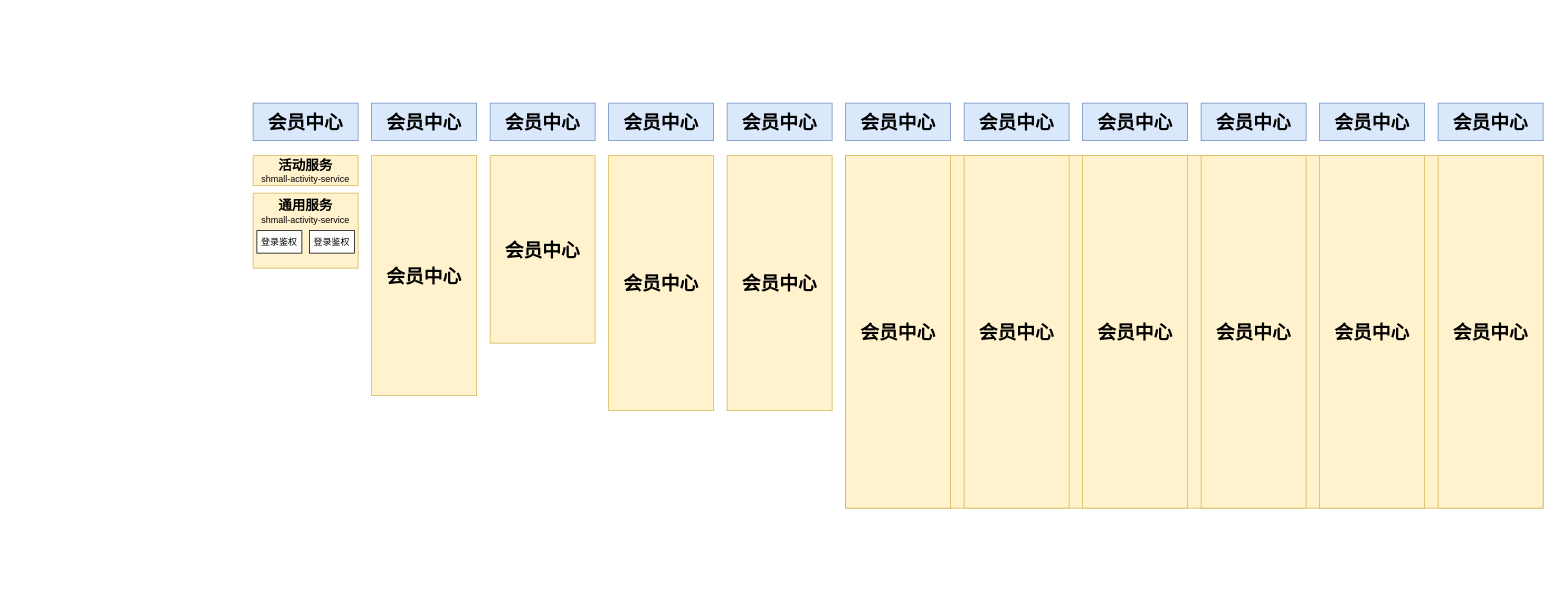
This is shinho/【1021】架构图绘制.drawio from 18857545022/-, a draw.io file, before an edit. Source tidied: cells renumbered, new cells numbered last; positions are measured from the earlier drawing's top-left corner, leaving out a move shared by most shapes. Both pictures are drawn from the tidied source at 75%, with x=0, y=0 at pixel (253, 103).
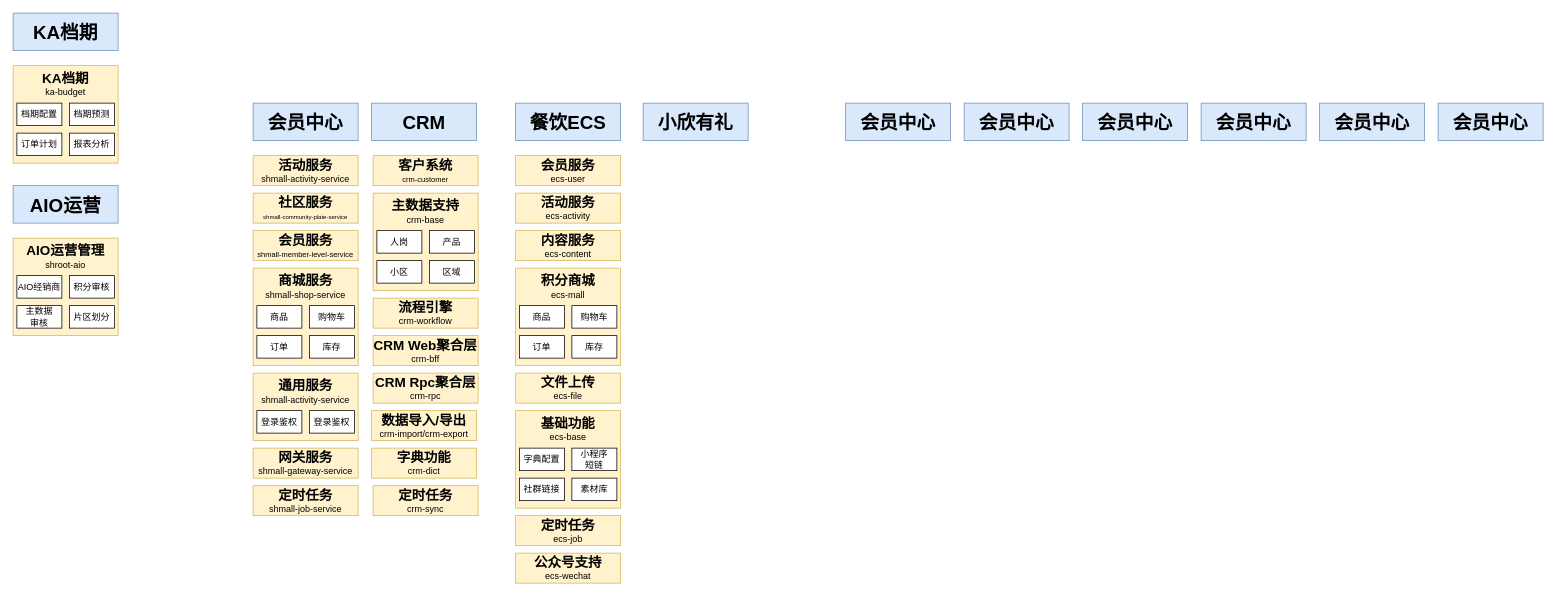
The same page after the edit.

Commit message (it also covers changes not shown here):
更新【1021】架构图绘制.drawio

The edit, as a diff of the source:
```diff
@@
-    <mxCell id="3" value="会员中心" style="rounded=0;whiteSpace=wrap;html=1;fillColor=#dae8fc;strokeColor=#6c8ebf;fontSize=25;fontStyle=1;" parent="1" vertex="1">
+    <mxCell id="3" value="CRM" style="rounded=0;whiteSpace=wrap;html=1;fillColor=#dae8fc;strokeColor=#6c8ebf;fontSize=25;fontStyle=1;" parent="1" vertex="1">
       <mxGeometry x="158" width="140" height="50" as="geometry" />
     </mxCell>
-    <mxCell id="4" value="会员中心" style="rounded=0;whiteSpace=wrap;html=1;fillColor=#dae8fc;strokeColor=#6c8ebf;fontSize=25;fontStyle=1;" parent="1" vertex="1">
-      <mxGeometry x="316" width="140" height="50" as="geometry" />
-    </mxCell>
-    <mxCell id="5" value="会员中心" style="rounded=0;whiteSpace=wrap;html=1;fillColor=#dae8fc;strokeColor=#6c8ebf;fontSize=25;fontStyle=1;" parent="1" vertex="1">
-      <mxGeometry x="474" width="140" height="50" as="geometry" />
-    </mxCell>
-    <mxCell id="6" value="会员中心" style="rounded=0;whiteSpace=wrap;html=1;fillColor=#dae8fc;strokeColor=#6c8ebf;fontSize=25;fontStyle=1;" parent="1" vertex="1">
-      <mxGeometry x="632" width="140" height="50" as="geometry" />
-    </mxCell>
@@
-    <mxCell id="13" style="group;" parent="1" vertex="1">
-      <mxGeometry y="70" width="140" height="150" as="geometry" />
-    </mxCell>
-    <mxCell id="14" value="&lt;font style=&quot;font-size: 18px;&quot;&gt;&lt;b&gt;活动服务&lt;/b&gt;&lt;/font&gt;&lt;br&gt;shmall-activity-service" style="rounded=0;whiteSpace=wrap;html=1;fillColor=#fff2cc;strokeColor=#d6b656;" parent="13" vertex="1">
-      <mxGeometry width="140" height="40" as="geometry" />
+    <mxCell id="14" value="&lt;font style=&quot;font-size: 18px;&quot;&gt;&lt;b&gt;活动服务&lt;/b&gt;&lt;/font&gt;&lt;br&gt;shmall-activity-service" style="rounded=0;whiteSpace=wrap;html=1;fillColor=#fff2cc;strokeColor=#d6b656;" parent="1" vertex="1">
+      <mxGeometry y="70" width="140" height="40" as="geometry" />
     </mxCell>
+    <mxCell id="30" value="&lt;font style=&quot;font-size: 18px;&quot;&gt;&lt;b&gt;社区服务&lt;/b&gt;&lt;/font&gt;&lt;br&gt;&lt;font style=&quot;font-size: 8px;&quot;&gt;shmall-community-plate-service&lt;/font&gt;" style="rounded=0;whiteSpace=wrap;html=1;fillColor=#fff2cc;strokeColor=#d6b656;" parent="1" vertex="1">
+      <mxGeometry y="120" width="140" height="40" as="geometry" />
+    </mxCell>
+    <mxCell id="31" value="&lt;span style=&quot;font-size: 18px;&quot;&gt;&lt;b&gt;网关服务&lt;/b&gt;&lt;/span&gt;&lt;br&gt;shmall-gateway-service" style="rounded=0;whiteSpace=wrap;html=1;fillColor=#fff2cc;strokeColor=#d6b656;" parent="1" vertex="1">
+      <mxGeometry y="460" width="140" height="40" as="geometry" />
+    </mxCell>
+    <mxCell id="32" value="&lt;span style=&quot;font-size: 18px;&quot;&gt;&lt;b&gt;定时任务&lt;/b&gt;&lt;/span&gt;&lt;br&gt;shmall-job-service" style="rounded=0;whiteSpace=wrap;html=1;fillColor=#fff2cc;strokeColor=#d6b656;" parent="1" vertex="1">
+      <mxGeometry y="510" width="140" height="40" as="geometry" />
+    </mxCell>
+    <mxCell id="33" style="group;" parent="1" vertex="1">
+      <mxGeometry y="360" width="140" height="90" as="geometry" />
+    </mxCell>
-    <mxCell id="15" value="&lt;span style=&quot;font-size: 18px;&quot;&gt;&lt;b&gt;通用服务&lt;/b&gt;&lt;/span&gt;&lt;br&gt;shmall-activity-service" style="rounded=0;whiteSpace=wrap;html=1;fillColor=#fff2cc;strokeColor=#d6b656;verticalAlign=top;" parent="13" vertex="1">
-      <mxGeometry y="50" width="140" height="100" as="geometry" />
+    <mxCell id="15" value="&lt;span style=&quot;font-size: 18px;&quot;&gt;&lt;b&gt;通用服务&lt;/b&gt;&lt;/span&gt;&lt;br&gt;shmall-activity-service" style="rounded=0;whiteSpace=wrap;html=1;fillColor=#fff2cc;strokeColor=#d6b656;verticalAlign=top;" parent="33" vertex="1">
+      <mxGeometry width="140" height="90" as="geometry" />
     </mxCell>
-    <mxCell id="16" style="group;" parent="13" vertex="1">
-      <mxGeometry x="5" y="100" width="130" height="30" as="geometry" />
-    </mxCell>
+    <mxCell id="34" style="group;" parent="33" vertex="1">
+      <mxGeometry x="5" y="50" width="130" height="30" as="geometry" />
+    </mxCell>
-    <mxCell id="17" value="登录鉴权" style="rounded=0;whiteSpace=wrap;html=1;" parent="16" vertex="1">
+    <mxCell id="17" value="登录鉴权" style="rounded=0;whiteSpace=wrap;html=1;" parent="34" vertex="1">
       <mxGeometry width="60" height="30" as="geometry" />
     </mxCell>
-    <mxCell id="18" value="登录鉴权" style="rounded=0;whiteSpace=wrap;html=1;" parent="16" vertex="1">
+    <mxCell id="18" value="登录鉴权" style="rounded=0;whiteSpace=wrap;html=1;" parent="34" vertex="1">
       <mxGeometry x="70" width="60" height="30" as="geometry" />
     </mxCell>
-    <mxCell id="19" value="会员中心" style="rounded=0;whiteSpace=wrap;html=1;fillColor=#fff2cc;strokeColor=#d6b656;fontSize=25;fontStyle=1;" parent="1" vertex="1">
-      <mxGeometry x="158" y="70" width="140" height="320" as="geometry" />
-    </mxCell>
-    <mxCell id="20" value="会员中心" style="rounded=0;whiteSpace=wrap;html=1;fillColor=#fff2cc;strokeColor=#d6b656;fontSize=25;fontStyle=1;" parent="1" vertex="1">
-      <mxGeometry x="316" y="70" width="140" height="250" as="geometry" />
-    </mxCell>
-    <mxCell id="21" value="会员中心" style="rounded=0;whiteSpace=wrap;html=1;fillColor=#fff2cc;strokeColor=#d6b656;fontSize=25;fontStyle=1;" parent="1" vertex="1">
-      <mxGeometry x="474" y="70" width="140" height="340" as="geometry" />
-    </mxCell>
-    <mxCell id="22" value="会员中心" style="rounded=0;whiteSpace=wrap;html=1;fillColor=#fff2cc;strokeColor=#d6b656;fontSize=25;fontStyle=1;" parent="1" vertex="1">
-      <mxGeometry x="632" y="70" width="140" height="340" as="geometry" />
-    </mxCell>
-    <mxCell id="23" style="group;fillColor=#fff2cc;strokeColor=#d6b656;" parent="1" vertex="1">
-      <mxGeometry x="790" y="70" width="930" height="470" as="geometry" />
-    </mxCell>
-    <mxCell id="24" value="会员中心" style="rounded=0;whiteSpace=wrap;html=1;fillColor=#fff2cc;strokeColor=#d6b656;fontSize=25;fontStyle=1;" parent="23" vertex="1">
-      <mxGeometry width="140" height="470" as="geometry" />
-    </mxCell>
-    <mxCell id="25" value="会员中心" style="rounded=0;whiteSpace=wrap;html=1;fillColor=#fff2cc;strokeColor=#d6b656;fontSize=25;fontStyle=1;" parent="23" vertex="1">
-      <mxGeometry x="158" width="140" height="470" as="geometry" />
-    </mxCell>
-    <mxCell id="26" value="会员中心" style="rounded=0;whiteSpace=wrap;html=1;fillColor=#fff2cc;strokeColor=#d6b656;fontSize=25;fontStyle=1;" parent="23" vertex="1">
-      <mxGeometry x="316" width="140" height="470" as="geometry" />
-    </mxCell>
-    <mxCell id="27" value="会员中心" style="rounded=0;whiteSpace=wrap;html=1;fillColor=#fff2cc;strokeColor=#d6b656;fontSize=25;fontStyle=1;" parent="23" vertex="1">
-      <mxGeometry x="474" width="140" height="470" as="geometry" />
-    </mxCell>
-    <mxCell id="28" value="会员中心" style="rounded=0;whiteSpace=wrap;html=1;fillColor=#fff2cc;strokeColor=#d6b656;fontSize=25;fontStyle=1;" parent="23" vertex="1">
-      <mxGeometry x="632" width="140" height="470" as="geometry" />
-    </mxCell>
-    <mxCell id="29" value="会员中心" style="rounded=0;whiteSpace=wrap;html=1;fillColor=#fff2cc;strokeColor=#d6b656;fontSize=25;fontStyle=1;" parent="23" vertex="1">
-      <mxGeometry x="790" width="140" height="470" as="geometry" />
-    </mxCell>
+    <mxCell id="35" style="group;" parent="1" vertex="1">
+      <mxGeometry y="220" width="140" height="130" as="geometry" />
+    </mxCell>
+    <mxCell id="36" value="&lt;span style=&quot;font-size: 18px;&quot;&gt;&lt;b&gt;商城服务&lt;/b&gt;&lt;/span&gt;&lt;br&gt;shmall-shop-service" style="rounded=0;whiteSpace=wrap;html=1;fillColor=#fff2cc;strokeColor=#d6b656;verticalAlign=top;" parent="35" vertex="1">
+      <mxGeometry width="140" height="130" as="geometry" />
+    </mxCell>
+    <mxCell id="37" style="group;" parent="35" vertex="1">
+      <mxGeometry x="5" y="50" width="130" height="70" as="geometry" />
+    </mxCell>
+    <mxCell id="38" style="group;" parent="37" vertex="1">
+      <mxGeometry width="130" height="30" as="geometry" />
+    </mxCell>
+    <mxCell id="39" value="商品" style="rounded=0;whiteSpace=wrap;html=1;" parent="38" vertex="1">
+      <mxGeometry width="60" height="30" as="geometry" />
+    </mxCell>
+    <mxCell id="40" value="购物车" style="rounded=0;whiteSpace=wrap;html=1;" parent="38" vertex="1">
+      <mxGeometry x="70" width="60" height="30" as="geometry" />
+    </mxCell>
+    <mxCell id="41" style="group;" parent="37" vertex="1">
+      <mxGeometry y="40" width="130" height="30" as="geometry" />
+    </mxCell>
+    <mxCell id="42" value="订单" style="rounded=0;whiteSpace=wrap;html=1;" parent="41" vertex="1">
+      <mxGeometry width="60" height="30" as="geometry" />
+    </mxCell>
+    <mxCell id="43" value="库存" style="rounded=0;whiteSpace=wrap;html=1;" parent="41" vertex="1">
+      <mxGeometry x="70" width="60" height="30" as="geometry" />
+    </mxCell>
+    <mxCell id="44" value="&lt;font style=&quot;font-size: 18px;&quot;&gt;&lt;b&gt;CRM Rpc聚合层&lt;/b&gt;&lt;/font&gt;&lt;br&gt;crm-rpc" style="rounded=0;whiteSpace=wrap;html=1;fillColor=#fff2cc;strokeColor=#d6b656;" parent="1" vertex="1">
+      <mxGeometry x="160" y="360" width="140" height="40" as="geometry" />
+    </mxCell>
+    <mxCell id="45" value="&lt;span style=&quot;font-size: 18px;&quot;&gt;&lt;b&gt;CRM Web聚合层&lt;/b&gt;&lt;/span&gt;&lt;br&gt;crm-bff" style="rounded=0;whiteSpace=wrap;html=1;fillColor=#fff2cc;strokeColor=#d6b656;" parent="1" vertex="1">
+      <mxGeometry x="160" y="310" width="140" height="40" as="geometry" />
+    </mxCell>
+    <mxCell id="46" value="&lt;span style=&quot;font-size: 18px;&quot;&gt;&lt;b&gt;数据导入/导出&lt;/b&gt;&lt;/span&gt;&lt;br&gt;crm-import/crm-export" style="rounded=0;whiteSpace=wrap;html=1;fillColor=#fff2cc;strokeColor=#d6b656;" parent="1" vertex="1">
+      <mxGeometry x="158" y="410" width="140" height="40" as="geometry" />
+    </mxCell>
+    <mxCell id="47" value="&lt;span style=&quot;font-size: 18px;&quot;&gt;&lt;b&gt;客户系统&lt;/b&gt;&lt;/span&gt;&lt;br&gt;&lt;font style=&quot;font-size: 10px;&quot;&gt;crm-customer&lt;/font&gt;" style="rounded=0;whiteSpace=wrap;html=1;fillColor=#fff2cc;strokeColor=#d6b656;" parent="1" vertex="1">
+      <mxGeometry x="160" y="70" width="140" height="40" as="geometry" />
+    </mxCell>
+    <mxCell id="48" style="group;" parent="1" vertex="1">
+      <mxGeometry x="160" y="120" width="140" height="130" as="geometry" />
+    </mxCell>
+    <mxCell id="49" value="&lt;span style=&quot;font-size: 18px;&quot;&gt;&lt;b&gt;主数据支持&lt;/b&gt;&lt;/span&gt;&lt;br&gt;crm-base" style="rounded=0;whiteSpace=wrap;html=1;fillColor=#fff2cc;strokeColor=#d6b656;verticalAlign=top;" parent="48" vertex="1">
+      <mxGeometry width="140" height="130" as="geometry" />
+    </mxCell>
+    <mxCell id="50" style="group;" parent="48" vertex="1">
+      <mxGeometry x="5" y="50" width="130" height="70" as="geometry" />
+    </mxCell>
+    <mxCell id="51" style="group;" parent="50" vertex="1">
+      <mxGeometry width="130" height="30" as="geometry" />
+    </mxCell>
+    <mxCell id="52" value="人岗" style="rounded=0;whiteSpace=wrap;html=1;" parent="51" vertex="1">
+      <mxGeometry width="60" height="30" as="geometry" />
+    </mxCell>
+    <mxCell id="53" value="产品" style="rounded=0;whiteSpace=wrap;html=1;" parent="51" vertex="1">
+      <mxGeometry x="70" width="60" height="30" as="geometry" />
+    </mxCell>
+    <mxCell id="54" style="group;" parent="50" vertex="1">
+      <mxGeometry y="40" width="130" height="30" as="geometry" />
+    </mxCell>
+    <mxCell id="55" value="小区" style="rounded=0;whiteSpace=wrap;html=1;" parent="54" vertex="1">
+      <mxGeometry width="60" height="30" as="geometry" />
+    </mxCell>
+    <mxCell id="56" value="区域" style="rounded=0;whiteSpace=wrap;html=1;" parent="54" vertex="1">
+      <mxGeometry x="70" width="60" height="30" as="geometry" />
+    </mxCell>
+    <mxCell id="57" value="&lt;span style=&quot;font-size: 18px;&quot;&gt;&lt;b&gt;字典功能&lt;/b&gt;&lt;/span&gt;&lt;br&gt;crm-dict" style="rounded=0;whiteSpace=wrap;html=1;fillColor=#fff2cc;strokeColor=#d6b656;" parent="1" vertex="1">
+      <mxGeometry x="158" y="460" width="140" height="40" as="geometry" />
+    </mxCell>
+    <mxCell id="58" value="&lt;span style=&quot;font-size: 18px;&quot;&gt;&lt;b&gt;流程引擎&lt;/b&gt;&lt;/span&gt;&lt;br&gt;crm-workflow" style="rounded=0;whiteSpace=wrap;html=1;fillColor=#fff2cc;strokeColor=#d6b656;" parent="1" vertex="1">
+      <mxGeometry x="160" y="260" width="140" height="40" as="geometry" />
+    </mxCell>
+    <mxCell id="59" value="&lt;span style=&quot;font-size: 18px;&quot;&gt;&lt;b&gt;定时任务&lt;/b&gt;&lt;/span&gt;&lt;br&gt;crm-sync" style="rounded=0;whiteSpace=wrap;html=1;fillColor=#fff2cc;strokeColor=#d6b656;" parent="1" vertex="1">
+      <mxGeometry x="160" y="510" width="140" height="40" as="geometry" />
+    </mxCell>
+    <mxCell id="60" style="group;" parent="1" vertex="1">
+      <mxGeometry x="-320" y="-120" width="140" height="200" as="geometry" />
+    </mxCell>
+    <mxCell id="4" value="KA档期" style="rounded=0;whiteSpace=wrap;html=1;fillColor=#dae8fc;strokeColor=#6c8ebf;fontSize=25;fontStyle=1;" parent="60" vertex="1">
+      <mxGeometry width="140" height="50" as="geometry" />
+    </mxCell>
+    <mxCell id="61" style="group;" parent="60" vertex="1">
+      <mxGeometry y="70" width="140" height="130" as="geometry" />
+    </mxCell>
+    <mxCell id="62" value="&lt;span style=&quot;font-size: 18px;&quot;&gt;&lt;b&gt;KA档期&lt;/b&gt;&lt;/span&gt;&lt;br&gt;ka-budget" style="rounded=0;whiteSpace=wrap;html=1;fillColor=#fff2cc;strokeColor=#d6b656;verticalAlign=top;" parent="61" vertex="1">
+      <mxGeometry width="140" height="130" as="geometry" />
+    </mxCell>
+    <mxCell id="63" style="group;" parent="61" vertex="1">
+      <mxGeometry x="5" y="50" width="130" height="70" as="geometry" />
+    </mxCell>
+    <mxCell id="64" style="group;" parent="63" vertex="1">
+      <mxGeometry width="130" height="30" as="geometry" />
+    </mxCell>
+    <mxCell id="65" value="档期配置" style="rounded=0;whiteSpace=wrap;html=1;" parent="64" vertex="1">
+      <mxGeometry width="60" height="30" as="geometry" />
+    </mxCell>
+    <mxCell id="66" value="档期预测" style="rounded=0;whiteSpace=wrap;html=1;" parent="64" vertex="1">
+      <mxGeometry x="70" width="60" height="30" as="geometry" />
+    </mxCell>
+    <mxCell id="67" style="group;" parent="63" vertex="1">
+      <mxGeometry y="40" width="130" height="30" as="geometry" />
+    </mxCell>
+    <mxCell id="68" value="订单计划" style="rounded=0;whiteSpace=wrap;html=1;" parent="67" vertex="1">
+      <mxGeometry width="60" height="30" as="geometry" />
+    </mxCell>
+    <mxCell id="69" value="报表分析" style="rounded=0;whiteSpace=wrap;html=1;" parent="67" vertex="1">
+      <mxGeometry x="70" width="60" height="30" as="geometry" />
+    </mxCell>
+    <mxCell id="70" style="group;" parent="1" vertex="1">
+      <mxGeometry x="-320" y="110" width="140" height="200" as="geometry" />
+    </mxCell>
+    <mxCell id="5" value="AIO运营" style="rounded=0;whiteSpace=wrap;html=1;fillColor=#dae8fc;strokeColor=#6c8ebf;fontSize=25;fontStyle=1;" parent="70" vertex="1">
+      <mxGeometry width="140" height="50" as="geometry" />
+    </mxCell>
+    <mxCell id="71" style="group;" parent="70" vertex="1">
+      <mxGeometry y="70" width="140" height="130" as="geometry" />
+    </mxCell>
+    <mxCell id="72" value="&lt;span style=&quot;font-size: 18px;&quot;&gt;&lt;b&gt;AIO运营管理&lt;/b&gt;&lt;/span&gt;&lt;br&gt;shroot-aio" style="rounded=0;whiteSpace=wrap;html=1;fillColor=#fff2cc;strokeColor=#d6b656;verticalAlign=top;" parent="71" vertex="1">
+      <mxGeometry width="140" height="130" as="geometry" />
+    </mxCell>
+    <mxCell id="73" style="group;" parent="71" vertex="1">
+      <mxGeometry x="5" y="50" width="130" height="70" as="geometry" />
+    </mxCell>
+    <mxCell id="74" style="group;" parent="73" vertex="1">
+      <mxGeometry width="130" height="30" as="geometry" />
+    </mxCell>
+    <mxCell id="75" value="AIO经销商" style="rounded=0;whiteSpace=wrap;html=1;" parent="74" vertex="1">
+      <mxGeometry width="60" height="30" as="geometry" />
+    </mxCell>
+    <mxCell id="76" value="积分审核" style="rounded=0;whiteSpace=wrap;html=1;" parent="74" vertex="1">
+      <mxGeometry x="70" width="60" height="30" as="geometry" />
+    </mxCell>
+    <mxCell id="77" style="group;" parent="73" vertex="1">
+      <mxGeometry y="40" width="130" height="30" as="geometry" />
+    </mxCell>
+    <mxCell id="78" value="主数据&lt;br&gt;审核" style="rounded=0;whiteSpace=wrap;html=1;" parent="77" vertex="1">
+      <mxGeometry width="60" height="30" as="geometry" />
+    </mxCell>
+    <mxCell id="79" value="片区划分" style="rounded=0;whiteSpace=wrap;html=1;" parent="77" vertex="1">
+      <mxGeometry x="70" width="60" height="30" as="geometry" />
+    </mxCell>
+    <mxCell id="80" value="餐饮ECS" style="rounded=0;whiteSpace=wrap;html=1;fillColor=#dae8fc;strokeColor=#6c8ebf;fontSize=25;fontStyle=1;" parent="1" vertex="1">
+      <mxGeometry x="350" width="140" height="50" as="geometry" />
+    </mxCell>
+    <mxCell id="81" value="&lt;span style=&quot;font-size: 18px;&quot;&gt;&lt;b&gt;活动服务&lt;/b&gt;&lt;/span&gt;&lt;br&gt;ecs-activity" style="rounded=0;whiteSpace=wrap;html=1;fillColor=#fff2cc;strokeColor=#d6b656;" parent="1" vertex="1">
+      <mxGeometry x="350" y="120" width="140" height="40" as="geometry" />
+    </mxCell>
+    <mxCell id="82" value="&lt;span style=&quot;font-size: 18px;&quot;&gt;&lt;b&gt;定时任务&lt;/b&gt;&lt;/span&gt;&lt;br&gt;ecs-job" style="rounded=0;whiteSpace=wrap;html=1;fillColor=#fff2cc;strokeColor=#d6b656;" parent="1" vertex="1">
+      <mxGeometry x="350" y="550" width="140" height="40" as="geometry" />
+    </mxCell>
+    <mxCell id="83" style="group;" parent="1" vertex="1">
+      <mxGeometry x="350" y="410" width="140" height="130" as="geometry" />
+    </mxCell>
+    <mxCell id="84" value="&lt;span style=&quot;font-size: 18px;&quot;&gt;&lt;b&gt;基础功能&lt;/b&gt;&lt;/span&gt;&lt;br&gt;ecs-base" style="rounded=0;whiteSpace=wrap;html=1;fillColor=#fff2cc;strokeColor=#d6b656;verticalAlign=top;" parent="83" vertex="1">
+      <mxGeometry width="140" height="130" as="geometry" />
+    </mxCell>
+    <mxCell id="85" style="group;" parent="83" vertex="1">
+      <mxGeometry x="5" y="50" width="130" height="70" as="geometry" />
+    </mxCell>
+    <mxCell id="86" style="group;" parent="85" vertex="1">
+      <mxGeometry width="130" height="30" as="geometry" />
+    </mxCell>
+    <mxCell id="87" value="字典配置" style="rounded=0;whiteSpace=wrap;html=1;" parent="86" vertex="1">
+      <mxGeometry width="60" height="30" as="geometry" />
+    </mxCell>
+    <mxCell id="88" value="小程序&lt;br&gt;短链" style="rounded=0;whiteSpace=wrap;html=1;" parent="86" vertex="1">
+      <mxGeometry x="70" width="60" height="30" as="geometry" />
+    </mxCell>
+    <mxCell id="89" style="group;" parent="85" vertex="1">
+      <mxGeometry y="40" width="130" height="30" as="geometry" />
+    </mxCell>
+    <mxCell id="90" value="社群链接" style="rounded=0;whiteSpace=wrap;html=1;" parent="89" vertex="1">
+      <mxGeometry width="60" height="30" as="geometry" />
+    </mxCell>
+    <mxCell id="91" value="素材库" style="rounded=0;whiteSpace=wrap;html=1;" parent="89" vertex="1">
+      <mxGeometry x="70" width="60" height="30" as="geometry" />
+    </mxCell>
+    <mxCell id="92" value="&lt;span style=&quot;font-size: 18px;&quot;&gt;&lt;b&gt;文件上传&lt;/b&gt;&lt;/span&gt;&lt;br&gt;ecs-file" style="rounded=0;whiteSpace=wrap;html=1;fillColor=#fff2cc;strokeColor=#d6b656;" parent="1" vertex="1">
+      <mxGeometry x="350" y="360" width="140" height="40" as="geometry" />
+    </mxCell>
+    <mxCell id="93" style="group;" parent="1" vertex="1">
+      <mxGeometry x="350" y="220" width="140" height="130" as="geometry" />
+    </mxCell>
+    <mxCell id="94" value="&lt;span style=&quot;font-size: 18px;&quot;&gt;&lt;b&gt;积分商城&lt;/b&gt;&lt;/span&gt;&lt;br&gt;ecs-mall" style="rounded=0;whiteSpace=wrap;html=1;fillColor=#fff2cc;strokeColor=#d6b656;verticalAlign=top;" parent="93" vertex="1">
+      <mxGeometry width="140" height="130" as="geometry" />
+    </mxCell>
+    <mxCell id="95" style="group;" parent="93" vertex="1">
+      <mxGeometry x="5" y="50" width="130" height="70" as="geometry" />
+    </mxCell>
+    <mxCell id="96" style="group;" parent="95" vertex="1">
+      <mxGeometry width="130" height="30" as="geometry" />
+    </mxCell>
+    <mxCell id="97" value="商品" style="rounded=0;whiteSpace=wrap;html=1;" parent="96" vertex="1">
+      <mxGeometry width="60" height="30" as="geometry" />
+    </mxCell>
+    <mxCell id="98" value="购物车" style="rounded=0;whiteSpace=wrap;html=1;" parent="96" vertex="1">
+      <mxGeometry x="70" width="60" height="30" as="geometry" />
+    </mxCell>
+    <mxCell id="99" style="group;" parent="95" vertex="1">
+      <mxGeometry y="40" width="130" height="30" as="geometry" />
+    </mxCell>
+    <mxCell id="100" value="订单" style="rounded=0;whiteSpace=wrap;html=1;" parent="99" vertex="1">
+      <mxGeometry width="60" height="30" as="geometry" />
+    </mxCell>
+    <mxCell id="101" value="库存" style="rounded=0;whiteSpace=wrap;html=1;" parent="99" vertex="1">
+      <mxGeometry x="70" width="60" height="30" as="geometry" />
+    </mxCell>
+    <mxCell id="102" value="&lt;span style=&quot;font-size: 18px;&quot;&gt;&lt;b&gt;公众号支持&lt;/b&gt;&lt;/span&gt;&lt;br&gt;ecs-wechat" style="rounded=0;whiteSpace=wrap;html=1;fillColor=#fff2cc;strokeColor=#d6b656;" parent="1" vertex="1">
+      <mxGeometry x="350" y="600" width="140" height="40" as="geometry" />
+    </mxCell>
+    <mxCell id="103" value="&lt;span style=&quot;font-size: 18px;&quot;&gt;&lt;b&gt;会员服务&lt;/b&gt;&lt;/span&gt;&lt;br&gt;&lt;font style=&quot;font-size: 10px;&quot;&gt;shmall-member-level-service&lt;/font&gt;" style="rounded=0;whiteSpace=wrap;html=1;fillColor=#fff2cc;strokeColor=#d6b656;" parent="1" vertex="1">
+      <mxGeometry y="170" width="140" height="40" as="geometry" />
+    </mxCell>
+    <mxCell id="104" value="&lt;span style=&quot;font-size: 18px;&quot;&gt;&lt;b&gt;内容服务&lt;/b&gt;&lt;/span&gt;&lt;br&gt;ecs-content" style="rounded=0;whiteSpace=wrap;html=1;fillColor=#fff2cc;strokeColor=#d6b656;" parent="1" vertex="1">
+      <mxGeometry x="350" y="170" width="140" height="40" as="geometry" />
+    </mxCell>
+    <mxCell id="105" value="&lt;span style=&quot;font-size: 18px;&quot;&gt;&lt;b&gt;会员服务&lt;/b&gt;&lt;/span&gt;&lt;br&gt;ecs-user" style="rounded=0;whiteSpace=wrap;html=1;fillColor=#fff2cc;strokeColor=#d6b656;" parent="1" vertex="1">
+      <mxGeometry x="350" y="70" width="140" height="40" as="geometry" />
+    </mxCell>
+    <mxCell id="106" value="小欣有礼" style="rounded=0;whiteSpace=wrap;html=1;fillColor=#dae8fc;strokeColor=#6c8ebf;fontSize=25;fontStyle=1;" parent="1" vertex="1">
+      <mxGeometry x="520" width="140" height="50" as="geometry" />
+    </mxCell>
```
